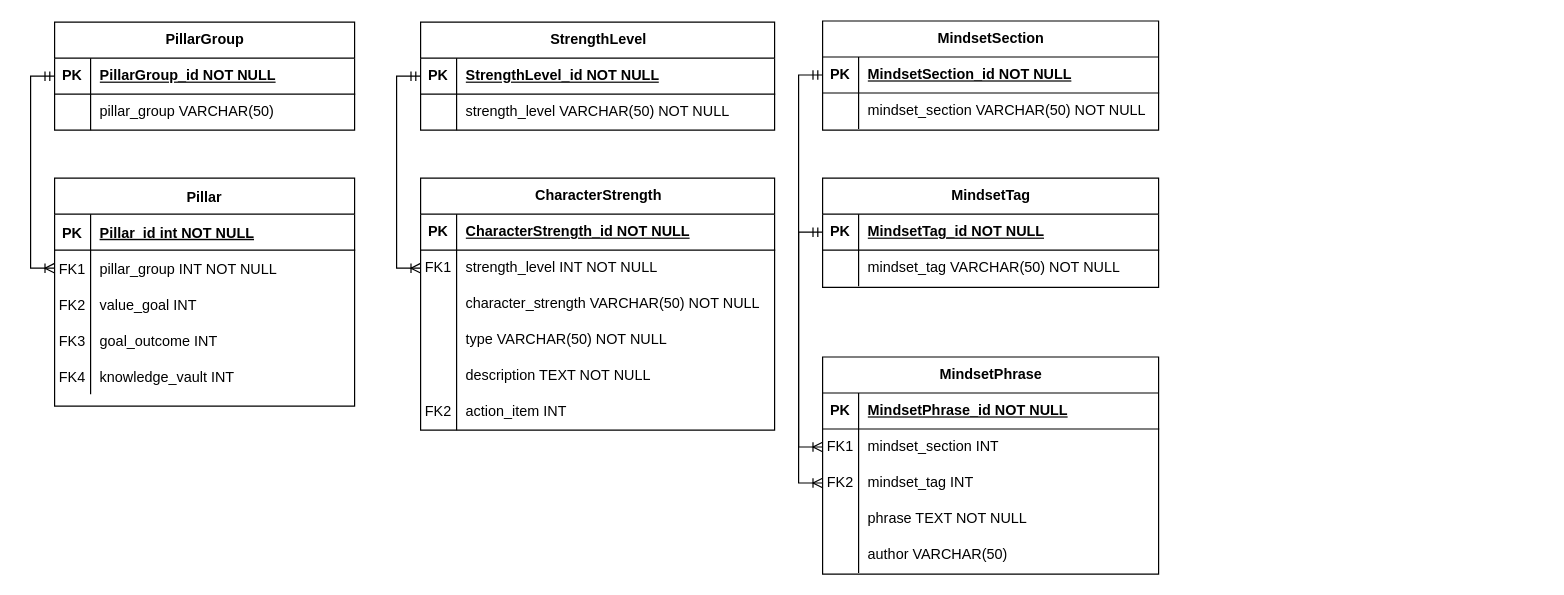
This is Diagrama_ER.drawio from Jpneira2000/life_os, a draw.io file, before an edit. Source tidied: cells renumbered, new cells numbered last; positions are measured from the earlier drawing's top-left corner, leaving out a move shared by most shapes. Both pictures are drawn from the tidied source at 120%, with x=0, y=0 at pixel (54, 20).
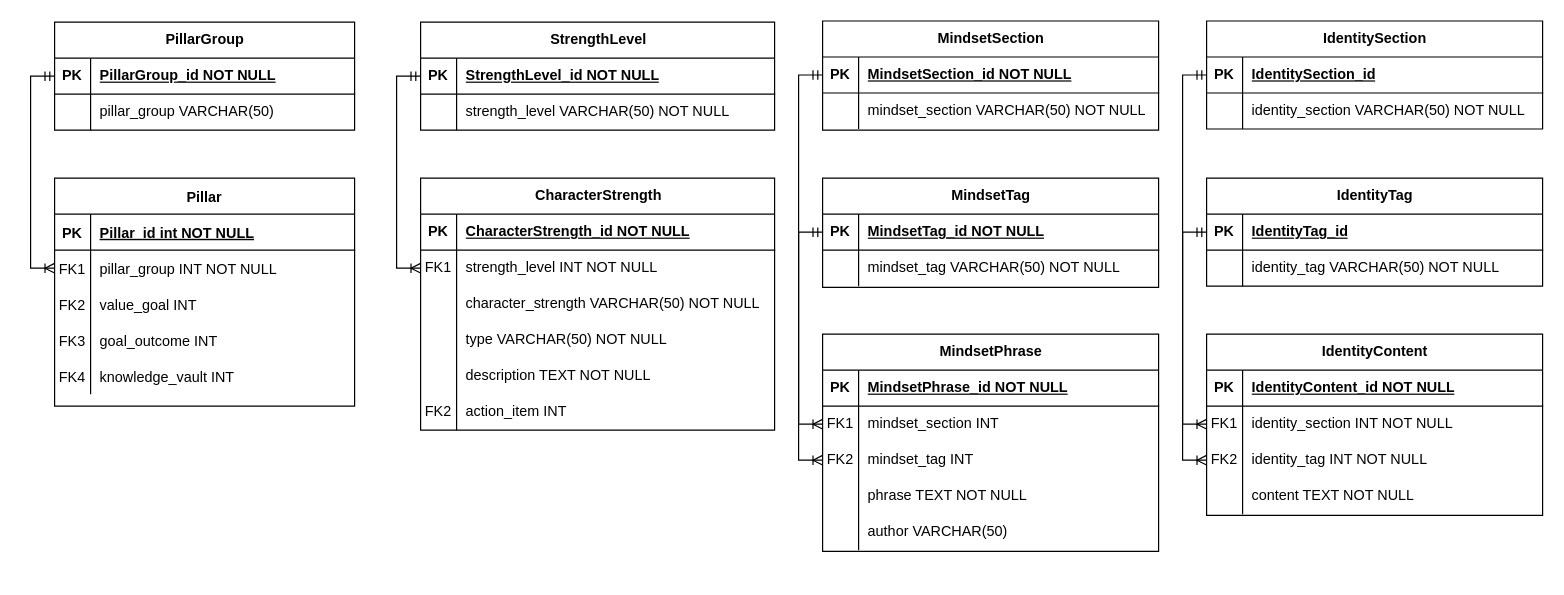
The same page after the edit.

Commit message:
Identity en diagrama

What changed in the source:
```diff
@@
     <mxCell id="53" value="MindsetPhrase" style="shape=table;startSize=30;childLayout=tableLayout;rowLines=0;fontStyle=1;align=center;html=1;" parent="1" vertex="1">
-      <mxGeometry x="640" y="280" width="280" height="181" as="geometry" />
+      <mxGeometry x="640" y="261" width="280" height="181" as="geometry" />
     </mxCell>
@@
+    <mxCell id="85" value="IdentitySection" style="shape=table;startSize=30;childLayout=tableLayout;rowLines=0;fontStyle=1;align=center;html=1;" parent="1" vertex="1">
+      <mxGeometry x="960" width="280" height="90" as="geometry" />
+    </mxCell>
+    <mxCell id="86" style="shape=tableRow;horizontal=0;startSize=0;swimlaneHead=0;swimlaneBody=0;fillColor=none;points=[[0,0.5],[1,0.5]];portConstraint=eastwest;top=0;left=0;right=0;bottom=1;" parent="85" vertex="1">
+      <mxGeometry y="30" width="280" height="30" as="geometry" />
+    </mxCell>
+    <mxCell id="87" value="PK" style="shape=partialRectangle;fillColor=none;top=0;left=0;bottom=0;right=0;fontStyle=1;overflow=hidden;whiteSpace=wrap;html=1;" parent="86" vertex="1">
+      <mxGeometry width="30" height="30" as="geometry" />
+    </mxCell>
+    <mxCell id="88" value="IdentitySection_id" style="shape=partialRectangle;fillColor=none;top=0;left=0;bottom=0;right=0;align=left;spacingLeft=6;fontStyle=5;overflow=hidden;whiteSpace=wrap;html=1;" parent="86" vertex="1">
+      <mxGeometry x="30" width="250" height="30" as="geometry" />
+    </mxCell>
+    <mxCell id="89" style="shape=tableRow;horizontal=0;startSize=0;swimlaneHead=0;swimlaneBody=0;fillColor=none;top=0;left=0;right=0;bottom=0;" parent="85" vertex="1">
+      <mxGeometry y="60" width="280" height="30" as="geometry" />
+    </mxCell>
+    <mxCell id="90" style="shape=partialRectangle;fillColor=none;top=0;left=0;bottom=0;right=0;overflow=hidden;whiteSpace=wrap;html=1;" parent="89" vertex="1">
+      <mxGeometry width="30" height="30" as="geometry" />
+    </mxCell>
+    <mxCell id="91" value="identity_section VARCHAR(50) NOT NULL" style="shape=partialRectangle;fillColor=none;top=0;left=0;bottom=0;right=0;align=left;spacingLeft=6;overflow=hidden;whiteSpace=wrap;html=1;" parent="89" vertex="1">
+      <mxGeometry x="30" width="250" height="30" as="geometry" />
+    </mxCell>
+    <mxCell id="92" value="IdentityTag" style="shape=table;startSize=30;childLayout=tableLayout;rowLines=0;fontStyle=1;align=center;html=1;" parent="1" vertex="1">
+      <mxGeometry x="960" y="131" width="280" height="90" as="geometry" />
+    </mxCell>
+    <mxCell id="93" style="shape=tableRow;horizontal=0;startSize=0;swimlaneHead=0;swimlaneBody=0;fillColor=none;points=[[0,0.5],[1,0.5]];portConstraint=eastwest;top=0;left=0;right=0;bottom=1;" parent="92" vertex="1">
+      <mxGeometry y="30" width="280" height="30" as="geometry" />
+    </mxCell>
+    <mxCell id="94" value="PK" style="shape=partialRectangle;fillColor=none;top=0;left=0;bottom=0;right=0;fontStyle=1;overflow=hidden;whiteSpace=wrap;html=1;" parent="93" vertex="1">
+      <mxGeometry width="30" height="30" as="geometry" />
+    </mxCell>
+    <mxCell id="95" value="IdentityTag_id" style="shape=partialRectangle;fillColor=none;top=0;left=0;bottom=0;right=0;align=left;spacingLeft=6;fontStyle=5;overflow=hidden;whiteSpace=wrap;html=1;" parent="93" vertex="1">
+      <mxGeometry x="30" width="250" height="30" as="geometry" />
+    </mxCell>
+    <mxCell id="96" style="shape=tableRow;horizontal=0;startSize=0;swimlaneHead=0;swimlaneBody=0;fillColor=none;top=0;left=0;right=0;bottom=0;" parent="92" vertex="1">
+      <mxGeometry y="60" width="280" height="30" as="geometry" />
+    </mxCell>
+    <mxCell id="97" style="shape=partialRectangle;fillColor=none;top=0;left=0;bottom=0;right=0;overflow=hidden;whiteSpace=wrap;html=1;" parent="96" vertex="1">
+      <mxGeometry width="30" height="30" as="geometry" />
+    </mxCell>
+    <mxCell id="98" value="identity_tag VARCHAR(50) NOT NULL" style="shape=partialRectangle;fillColor=none;top=0;left=0;bottom=0;right=0;align=left;spacingLeft=6;overflow=hidden;whiteSpace=wrap;html=1;" parent="96" vertex="1">
+      <mxGeometry x="30" width="250" height="30" as="geometry" />
+    </mxCell>
+    <mxCell id="99" value="IdentityContent" style="shape=table;startSize=30;childLayout=tableLayout;rowLines=0;fontStyle=1;align=center;html=1;" parent="1" vertex="1">
+      <mxGeometry x="960" y="261" width="280" height="151" as="geometry" />
+    </mxCell>
+    <mxCell id="100" style="shape=tableRow;horizontal=0;startSize=0;swimlaneHead=0;swimlaneBody=0;fillColor=none;top=0;left=0;right=0;bottom=1;" parent="99" vertex="1">
+      <mxGeometry y="30" width="280" height="30" as="geometry" />
+    </mxCell>
+    <mxCell id="101" value="PK" style="shape=partialRectangle;fillColor=none;top=0;left=0;bottom=0;right=0;fontStyle=1;overflow=hidden;whiteSpace=wrap;html=1;" parent="100" vertex="1">
+      <mxGeometry width="30" height="30" as="geometry" />
+    </mxCell>
+    <mxCell id="102" value="IdentityContent_id NOT NULL" style="shape=partialRectangle;fillColor=none;top=0;left=0;bottom=0;right=0;align=left;spacingLeft=6;fontStyle=5;overflow=hidden;whiteSpace=wrap;html=1;" parent="100" vertex="1">
+      <mxGeometry x="30" width="250" height="30" as="geometry" />
+    </mxCell>
+    <mxCell id="103" style="shape=tableRow;horizontal=0;startSize=0;swimlaneHead=0;swimlaneBody=0;fillColor=none;points=[[0,0.5],[1,0.5]];portConstraint=eastwest;top=0;left=0;right=0;bottom=0;" parent="99" vertex="1">
+      <mxGeometry y="60" width="280" height="30" as="geometry" />
+    </mxCell>
+    <mxCell id="104" value="FK1" style="shape=partialRectangle;fillColor=none;top=0;left=0;bottom=0;right=0;overflow=hidden;whiteSpace=wrap;html=1;" parent="103" vertex="1">
+      <mxGeometry width="30" height="30" as="geometry" />
+    </mxCell>
+    <mxCell id="105" value="identity_section INT NOT NULL" style="shape=partialRectangle;fillColor=none;top=0;left=0;bottom=0;right=0;align=left;spacingLeft=6;overflow=hidden;whiteSpace=wrap;html=1;" parent="103" vertex="1">
+      <mxGeometry x="30" width="250" height="30" as="geometry" />
+    </mxCell>
+    <mxCell id="106" style="shape=tableRow;horizontal=0;startSize=0;swimlaneHead=0;swimlaneBody=0;fillColor=none;points=[[0,0.5],[1,0.5]];portConstraint=eastwest;top=0;left=0;right=0;bottom=0;" parent="99" vertex="1">
+      <mxGeometry y="90" width="280" height="30" as="geometry" />
+    </mxCell>
+    <mxCell id="107" value="FK2" style="shape=partialRectangle;fillColor=none;top=0;left=0;bottom=0;right=0;overflow=hidden;whiteSpace=wrap;html=1;" parent="106" vertex="1">
+      <mxGeometry width="30" height="30" as="geometry" />
+    </mxCell>
+    <mxCell id="108" value="identity_tag INT NOT NULL" style="shape=partialRectangle;fillColor=none;top=0;left=0;bottom=0;right=0;align=left;spacingLeft=6;overflow=hidden;whiteSpace=wrap;html=1;" parent="106" vertex="1">
+      <mxGeometry x="30" width="250" height="30" as="geometry" />
+    </mxCell>
+    <mxCell id="109" style="shape=tableRow;horizontal=0;startSize=0;swimlaneHead=0;swimlaneBody=0;fillColor=none;top=0;left=0;right=0;bottom=0;" parent="99" vertex="1">
+      <mxGeometry y="120" width="280" height="30" as="geometry" />
+    </mxCell>
+    <mxCell id="110" style="shape=partialRectangle;fillColor=none;top=0;left=0;bottom=0;right=0;overflow=hidden;whiteSpace=wrap;html=1;" parent="109" vertex="1">
+      <mxGeometry width="30" height="30" as="geometry" />
+    </mxCell>
+    <mxCell id="111" value="content TEXT NOT NULL" style="shape=partialRectangle;fillColor=none;top=0;left=0;bottom=0;right=0;align=left;spacingLeft=6;overflow=hidden;whiteSpace=wrap;html=1;" parent="109" vertex="1">
+      <mxGeometry x="30" width="250" height="30" as="geometry" />
+    </mxCell>
+    <mxCell id="112" style="edgeStyle=orthogonalEdgeStyle;rounded=0;jettySize=auto;html=1;exitX=0;exitY=0.5;exitDx=0;exitDy=0;entryX=0;entryY=0.5;entryDx=0;entryDy=0;startArrow=ERmandOne;startFill=0;endArrow=ERoneToMany;endFill=0;" parent="1" edge="1" source="86" target="103">
+      <mxGeometry relative="1" as="geometry" />
+    </mxCell>
+    <mxCell id="113" style="edgeStyle=orthogonalEdgeStyle;rounded=0;jettySize=auto;html=1;exitX=0;exitY=0.5;exitDx=0;exitDy=0;entryX=0;entryY=0.5;entryDx=0;entryDy=0;startArrow=ERmandOne;startFill=0;endArrow=ERoneToMany;endFill=0;" parent="1" edge="1" source="93" target="106">
+      <mxGeometry relative="1" as="geometry" />
+    </mxCell>
```
